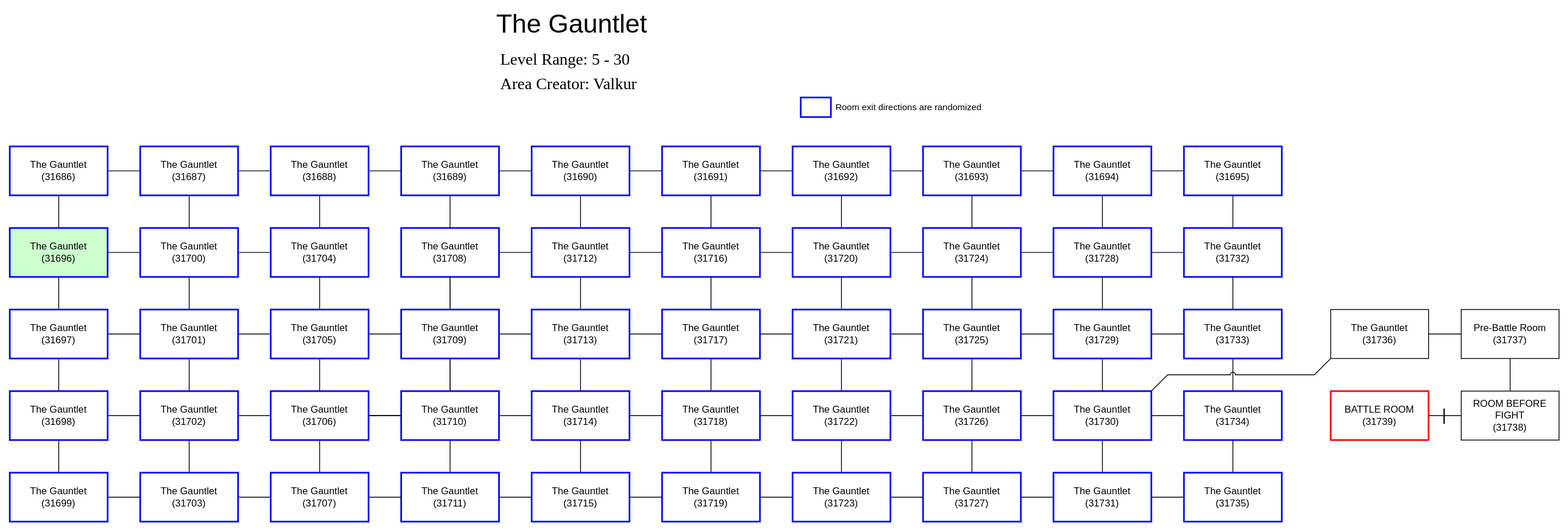
This is gauntlet.svg from nohbdy/aardwolf-maps, a draw.io export, as it was before one commit. Source tidied: cells renumbered, new cells last; positions are measured from the earlier drawing's top-left corner, leaving out a move shared by most shapes.
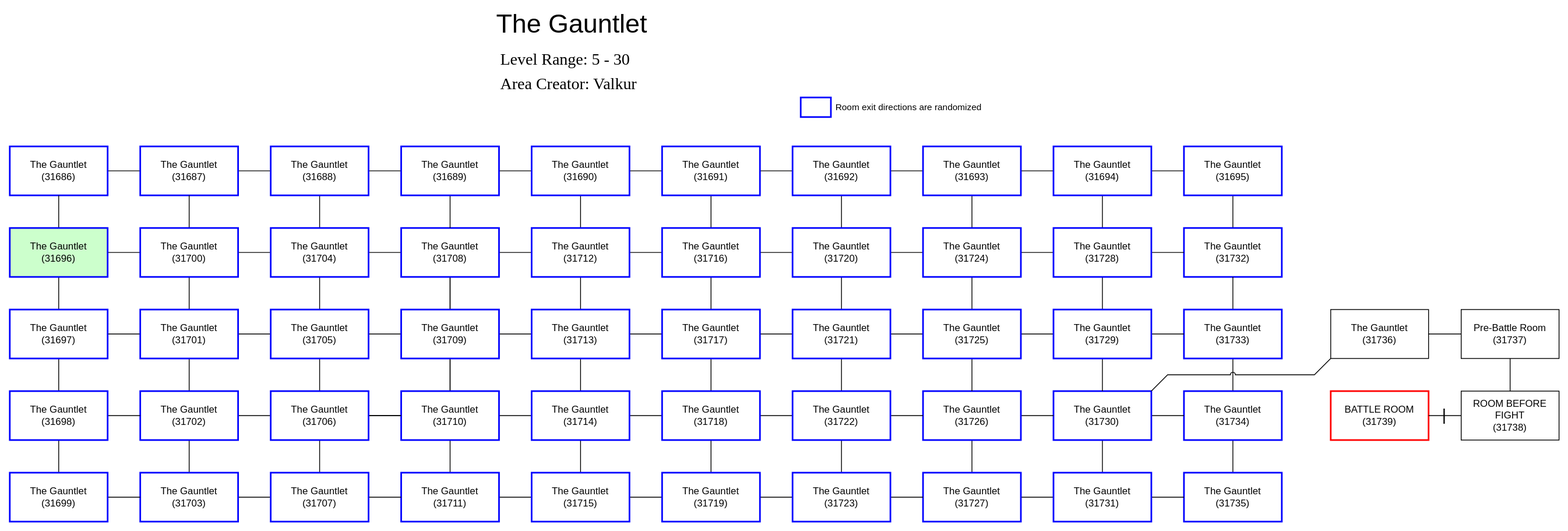
Later version of the same file.

Commit message:
Fixed gauntlet missing connection

What changed in the source:
```diff
@@ -138,6 +138,9 @@
     <mxCell id="39" style="edgeStyle=orthogonalEdgeStyle;rounded=0;jettySize=auto;html=1;endArrow=none;endFill=0;startArrow=none;" parent="1" edge="1" source="150" target="46">
       <mxGeometry relative="1" as="geometry" />
     </mxCell>
+    <mxCell id="151" style="edgeStyle=none;html=1;endArrow=none;endFill=0;" parent="1" edge="1" source="40" target="46">
+      <mxGeometry relative="1" as="geometry" />
+    </mxCell>
     <object id="40" label="The Gauntlet&lt;br&gt;(%room%)" healrate="100" manarate="100" placeholders="1" room="31704" tags="">
       <mxCell style="rounded=0;whiteSpace=wrap;html=1;strokeWidth=2;align=center;fillColor=#FFFFFF;strokeColor=#0000FF;" parent="1" vertex="1">
         <mxGeometry x="320" y="265" width="120" height="60" as="geometry" />
```
